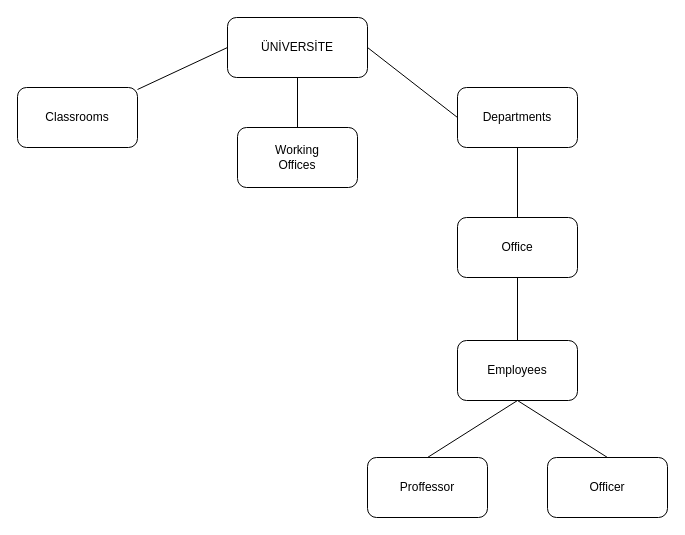
Above: Başlıksız Diyagram.drawio in ustunesma/-niversite-Y-netim-Sistemi (draw.io), before the change. Source tidied: cells renumbered, new cells numbered last; positions are measured from the earlier drawing's top-left corner, leaving out a move shared by most shapes. Both pictures are drawn from the tidied source at 100%, with x=0, y=0 at pixel (17, 17).
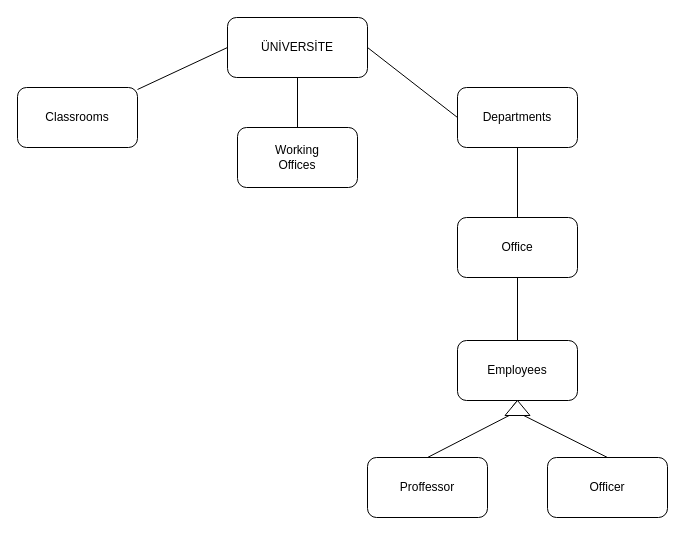
The same diagram, later.

The change refers to these unchanged cells:
```xml
<mxCell id="4" value="Proffessor" style="rounded=1;whiteSpace=wrap;html=1;" parent="1" vertex="1">
  <mxGeometry x="350" y="440" width="120" height="60" as="geometry" />
</mxCell>
<mxCell id="12" value="Employees" style="rounded=1;whiteSpace=wrap;html=1;" parent="1" vertex="1">
  <mxGeometry x="440" y="323" width="120" height="60" as="geometry" />
</mxCell>
<mxCell id="15" value="Officer" style="rounded=1;whiteSpace=wrap;html=1;" parent="1" vertex="1">
  <mxGeometry x="530" y="440" width="120" height="60" as="geometry" />
</mxCell>
```

Change to the diagram source:
```diff
@@
-    <mxCell id="14" style="endArrow=none;html=1;rounded=0;entryX=0.5;entryY=1;entryDx=0;entryDy=0;exitX=0.5;exitY=0;exitDx=0;exitDy=0;" parent="1" edge="1" source="4" target="12">
+    <mxCell id="14" style="endArrow=none;html=1;rounded=0;entryX=0.5;entryY=1;entryDx=0;entryDy=0;exitX=0.5;exitY=0;exitDx=0;exitDy=0;" parent="1" edge="1" source="18" target="12">
       <mxGeometry relative="1" as="geometry" />
     </mxCell>
@@
-    <mxCell id="16" style="endArrow=none;html=1;rounded=0;entryX=0.5;entryY=1;entryDx=0;entryDy=0;exitX=0.5;exitY=0;exitDx=0;exitDy=0;" parent="1" edge="1" source="15" target="12">
+    <mxCell id="16" style="endArrow=none;html=1;rounded=0;entryX=0;entryY=0.75;entryDx=0;entryDy=0;exitX=0.5;exitY=0;exitDx=0;exitDy=0;" parent="1" edge="1" source="15" target="18">
       <mxGeometry relative="1" as="geometry" />
     </mxCell>
+    <mxCell id="17" style="endArrow=none;html=1;rounded=0;entryX=0.5;entryY=1;entryDx=0;entryDy=0;exitX=0.5;exitY=0;exitDx=0;exitDy=0;" parent="1" edge="1" source="4" target="18">
+      <mxGeometry relative="1" as="geometry" />
+    </mxCell>
+    <mxCell id="18" style="triangle;whiteSpace=wrap;html=1;direction=north;" parent="1" vertex="1">
+      <mxGeometry x="487.5" y="383" width="25" height="15" as="geometry" />
+    </mxCell>
```
